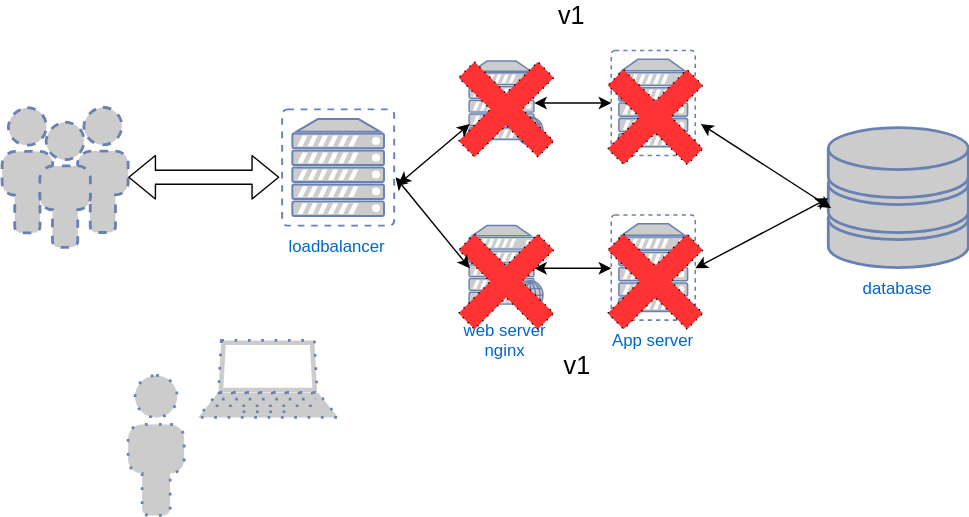
The draw.io diagram slides/img/upgrade-complete-outage.svg in heytrav/intermediate-ansible, before a commit. Source tidied: cells renumbered, new cells last; positions are measured from the earlier drawing's top-left corner, leaving out a move shared by most shapes.
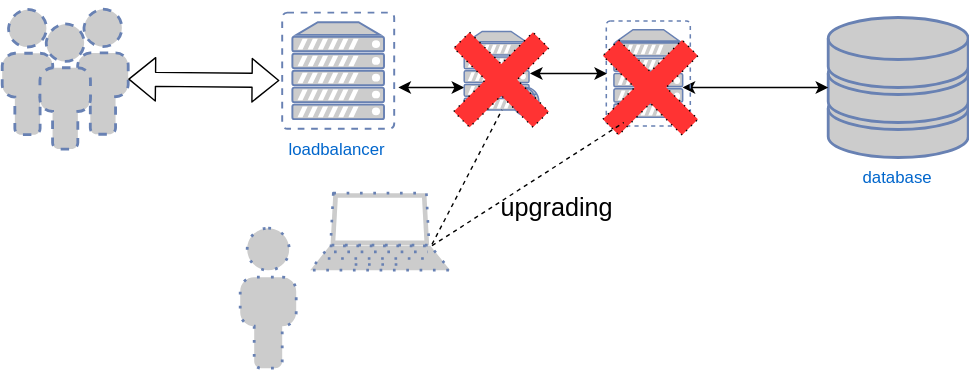
After the change.

Diff of the diagram source:
```diff
@@ -2,38 +2,28 @@
   <root>
     <mxCell id="0" />
     <mxCell id="1" parent="0" />
-    <mxCell id="2" style="group;" parent="1" vertex="1">
-      <mxGeometry x="200" y="35.5" width="490" height="234.5" as="geometry" />
-    </mxCell>
+    <mxCell id="22" style="fontColor=#0066CC;verticalAlign=top;verticalLabelPosition=bottom;labelPosition=center;align=center;html=1;fillColor=#CCCCCC;strokeColor=#6881B3;gradientColor=none;gradientDirection=north;strokeWidth=2;shape=mxgraph.networks.users;dashed=1;" parent="1" vertex="1">
+      <mxGeometry y="76" width="90" height="100" as="geometry" />
+    </mxCell>
+    <mxCell id="23" style="shape=flexArrow;endArrow=classic;startArrow=classic;html=1;fillColor=#ffffff;fontSize=18;align=center;entryX=-0.025;entryY=0.584;entryPerimeter=0;exitX=1;exitY=0.5;exitPerimeter=0;" parent="1" edge="1" source="22" target="4">
+      <mxGeometry relative="1" as="geometry" />
+    </mxCell>
-    <mxCell id="3" value="database&lt;br&gt;" style="fontColor=#0066CC;verticalAlign=top;verticalLabelPosition=bottom;labelPosition=center;align=center;html=1;fillColor=#CCCCCC;strokeColor=#6881B3;gradientColor=none;gradientDirection=north;strokeWidth=2;shape=mxgraph.networks.storage;" parent="2" vertex="1">
-      <mxGeometry x="390" y="55" width="100" height="100" as="geometry" />
+    <mxCell id="3" value="database&lt;br&gt;" style="fontColor=#0066CC;verticalAlign=top;verticalLabelPosition=bottom;labelPosition=center;align=center;html=1;fillColor=#CCCCCC;strokeColor=#6881B3;gradientColor=none;gradientDirection=north;strokeWidth=2;shape=mxgraph.networks.storage;" parent="1" vertex="1">
+      <mxGeometry x="590" y="82" width="100" height="100" as="geometry" />
     </mxCell>
-    <mxCell id="4" value="loadbalancer&lt;br&gt;" style="fontColor=#0066CC;verticalAlign=top;verticalLabelPosition=bottom;labelPosition=center;align=center;html=1;fillColor=#CCCCCC;strokeColor=#6881B3;gradientColor=none;gradientDirection=north;strokeWidth=2;shape=mxgraph.networks.virtual_server;" parent="2" vertex="1">
-      <mxGeometry y="42" width="80" height="83" as="geometry" />
+    <mxCell id="4" value="loadbalancer&lt;br&gt;" style="fontColor=#0066CC;verticalAlign=top;verticalLabelPosition=bottom;labelPosition=center;align=center;html=1;fillColor=#CCCCCC;strokeColor=#6881B3;gradientColor=none;gradientDirection=north;strokeWidth=2;shape=mxgraph.networks.virtual_server;" parent="1" vertex="1">
+      <mxGeometry x="200" y="78.5" width="80" height="83" as="geometry" />
     </mxCell>
-    <mxCell id="5" style="group;" parent="2" vertex="1">
-      <mxGeometry x="133.5" y="117.5" width="228.5" height="117" as="geometry" />
-    </mxCell>
-    <mxCell id="6" value="web server&lt;br&gt;nginx&lt;br&gt;" style="fontColor=#0066CC;verticalAlign=top;verticalLabelPosition=bottom;labelPosition=center;align=center;html=1;fillColor=#CCCCCC;strokeColor=#6881B3;gradientColor=none;gradientDirection=north;strokeWidth=2;shape=mxgraph.networks.web_server;" parent="5" vertex="1">
-      <mxGeometry y="7.5" width="53" height="60" as="geometry" />
-    </mxCell>
-    <mxCell id="7" value="App server" style="fontColor=#0066CC;verticalAlign=top;verticalLabelPosition=bottom;labelPosition=center;align=center;html=1;fillColor=#CCCCCC;strokeColor=#6881B3;gradientColor=none;gradientDirection=north;strokeWidth=2;shape=mxgraph.networks.virtual_server;" parent="5" vertex="1">
-      <mxGeometry x="101.5" width="60" height="75" as="geometry" />
-    </mxCell>
-    <mxCell id="8" style="endArrow=classic;startArrow=classic;html=1;fontSize=18;align=center;entryX=0;entryY=0.5;entryPerimeter=0;exitX=0.88;exitY=0.5;exitPerimeter=0;" parent="5" edge="1" source="6" target="7">
-      <mxGeometry relative="1" as="geometry" />
-    </mxCell>
-    <mxCell id="9" value="v1" style="text;html=1;strokeColor=none;fillColor=none;align=center;verticalAlign=middle;whiteSpace=wrap;rounded=0;dashed=1;dashPattern=1 4;fontSize=18;" parent="5" vertex="1">
-      <mxGeometry x="57.5" y="97" width="40" height="20" as="geometry" />
-    </mxCell>
-    <mxCell id="10" style="shape=cross;whiteSpace=wrap;html=1;dashed=1;dashPattern=1 4;fillColor=#FF3333;gradientColor=none;fontSize=18;align=center;rotation=45;" parent="5" vertex="1">
-      <mxGeometry x="-13.5" y="7.5" width="80" height="80" as="geometry" />
-    </mxCell>
-    <mxCell id="11" style="shape=cross;whiteSpace=wrap;html=1;dashed=1;dashPattern=1 4;fillColor=#FF3333;gradientColor=none;fontSize=18;align=center;rotation=45;" parent="5" vertex="1">
-      <mxGeometry x="93" y="7.5" width="80" height="80" as="geometry" />
-    </mxCell>
+    <mxCell id="20" style="endArrow=classic;startArrow=classic;html=1;fontSize=18;align=center;exitX=1.038;exitY=0.645;exitPerimeter=0;" parent="1" edge="1" source="4">
+      <mxGeometry relative="1" as="geometry">
+        <mxPoint x="330" y="132" as="targetPoint" />
+      </mxGeometry>
+    </mxCell>
+    <mxCell id="21" style="endArrow=classic;startArrow=classic;html=1;fontSize=18;align=center;exitX=0.908;exitY=0.633;exitPerimeter=0;entryX=0;entryY=0.5;entryPerimeter=0;" parent="1" edge="1" source="14" target="3">
+      <mxGeometry relative="1" as="geometry" />
+    </mxCell>
-    <mxCell id="12" style="group;" parent="2" vertex="1">
-      <mxGeometry x="133.5" width="173" height="87.5" as="geometry" />
+    <mxCell id="12" style="group;" parent="1" vertex="1">
+      <mxGeometry x="330" y="84.5" width="173" height="87.5" as="geometry" />
     </mxCell>
     <mxCell id="13" style="fontColor=#0066CC;verticalAlign=top;verticalLabelPosition=bottom;labelPosition=center;align=center;html=1;fillColor=#CCCCCC;strokeColor=#6881B3;gradientColor=none;gradientDirection=north;strokeWidth=2;shape=mxgraph.networks.web_server;" parent="12" vertex="1">
       <mxGeometry y="7.5" width="53" height="60" as="geometry" />
@@ -50,26 +40,11 @@
     <mxCell id="17" style="shape=cross;whiteSpace=wrap;html=1;dashed=1;dashPattern=1 4;fillColor=#FF3333;gradientColor=none;fontSize=18;align=center;rotation=45;" parent="12" vertex="1">
       <mxGeometry x="93" y="7.5" width="80" height="80" as="geometry" />
     </mxCell>
-    <mxCell id="18" style="endArrow=classic;startArrow=classic;html=1;fontSize=18;align=center;exitX=1;exitY=0.5;exitPerimeter=0;entryX=0;entryY=0.5;entryPerimeter=0;" parent="2" edge="1" source="7" target="3">
-      <mxGeometry relative="1" as="geometry" />
-    </mxCell>
-    <mxCell id="19" style="endArrow=classic;startArrow=classic;html=1;fontSize=18;align=center;entryX=0;entryY=0.5;entryPerimeter=0;exitX=1.013;exitY=0.584;exitPerimeter=0;" parent="2" edge="1" source="4" target="6">
-      <mxGeometry relative="1" as="geometry" />
-    </mxCell>
-    <mxCell id="20" style="endArrow=classic;startArrow=classic;html=1;fontSize=18;align=center;entryX=0.009;entryY=0.75;entryPerimeter=0;exitX=1.038;exitY=0.645;exitPerimeter=0;" parent="2" edge="1" source="4" target="13">
-      <mxGeometry relative="1" as="geometry" />
-    </mxCell>
-    <mxCell id="21" style="endArrow=classic;startArrow=classic;html=1;fontSize=18;align=center;exitX=1.067;exitY=0.7;exitPerimeter=0;entryX=0.02;entryY=0.575;entryPerimeter=0;" parent="2" edge="1" source="14" target="3">
-      <mxGeometry relative="1" as="geometry" />
-    </mxCell>
-    <mxCell id="22" style="fontColor=#0066CC;verticalAlign=top;verticalLabelPosition=bottom;labelPosition=center;align=center;html=1;fillColor=#CCCCCC;strokeColor=#6881B3;gradientColor=none;gradientDirection=north;strokeWidth=2;shape=mxgraph.networks.users;dashed=1;" parent="1" vertex="1">
-      <mxGeometry y="76" width="90" height="100" as="geometry" />
-    </mxCell>
-    <mxCell id="23" style="shape=flexArrow;endArrow=classic;startArrow=classic;html=1;fillColor=#ffffff;fontSize=18;align=center;entryX=-0.025;entryY=0.584;entryPerimeter=0;exitX=1;exitY=0.5;exitPerimeter=0;" parent="1" edge="1" source="22" target="4">
-      <mxGeometry relative="1" as="geometry" />
-    </mxCell>
+    <mxCell id="28" style="group;" parent="1" vertex="1">
+      <mxGeometry x="170" y="207.5" width="150" height="125" as="geometry" />
+    </mxCell>
-    <mxCell id="24" style="group;" parent="1" vertex="1">
-      <mxGeometry x="90" y="242.5" width="150" height="125" as="geometry" />
+    <mxCell id="24" style="group;" parent="28" vertex="1">
+      <mxGeometry width="150" height="125" as="geometry" />
     </mxCell>
     <mxCell id="25" style="fontColor=#0066CC;verticalAlign=top;verticalLabelPosition=bottom;labelPosition=center;align=center;html=1;fillColor=#CCCCCC;strokeColor=#6881B3;gradientColor=none;gradientDirection=north;strokeWidth=2;shape=mxgraph.networks.laptop;dashed=1;dashPattern=1 4;" parent="24" vertex="1">
       <mxGeometry x="50" width="100" height="55" as="geometry" />
@@ -77,8 +52,14 @@
     <mxCell id="26" style="fontColor=#0066CC;verticalAlign=top;verticalLabelPosition=bottom;labelPosition=center;align=center;html=1;fillColor=#CCCCCC;strokeColor=#6881B3;gradientColor=none;gradientDirection=north;strokeWidth=2;shape=mxgraph.networks.user_male;dashed=1;dashPattern=1 4;" parent="24" vertex="1">
       <mxGeometry y="25" width="40" height="100" as="geometry" />
     </mxCell>
-    <mxCell id="27" value="v1" style="text;html=1;strokeColor=none;fillColor=none;align=center;verticalAlign=middle;whiteSpace=wrap;rounded=0;dashed=1;dashPattern=1 4;fontSize=18;" parent="1" vertex="1">
-      <mxGeometry x="386.5" width="40" height="20" as="geometry" />
-    </mxCell>
+    <mxCell id="29" style="endArrow=none;dashed=1;html=1;fontSize=18;align=center;entryX=0.5;entryY=0.94;entryPerimeter=0;exitX=0.87;exitY=0.664;exitPerimeter=0;" parent="1" edge="1" source="25" target="13">
+      <mxGeometry relative="1" as="geometry" />
+    </mxCell>
+    <mxCell id="30" style="endArrow=none;dashed=1;html=1;fontSize=18;align=center;entryX=0.208;entryY=0.967;entryPerimeter=0;exitX=0.87;exitY=0.682;exitPerimeter=0;" parent="1" edge="1" source="25" target="14">
+      <mxGeometry relative="1" as="geometry" />
+    </mxCell>
+    <mxCell id="31" value="upgrading" style="text;html=1;strokeColor=none;fillColor=none;align=center;verticalAlign=middle;whiteSpace=wrap;rounded=0;dashed=1;dashPattern=1 4;fontSize=18;" parent="1" vertex="1">
+      <mxGeometry x="376.5" y="207.5" width="40" height="20" as="geometry" />
+    </mxCell>
   </root>
 </mxGraphModel>
```
